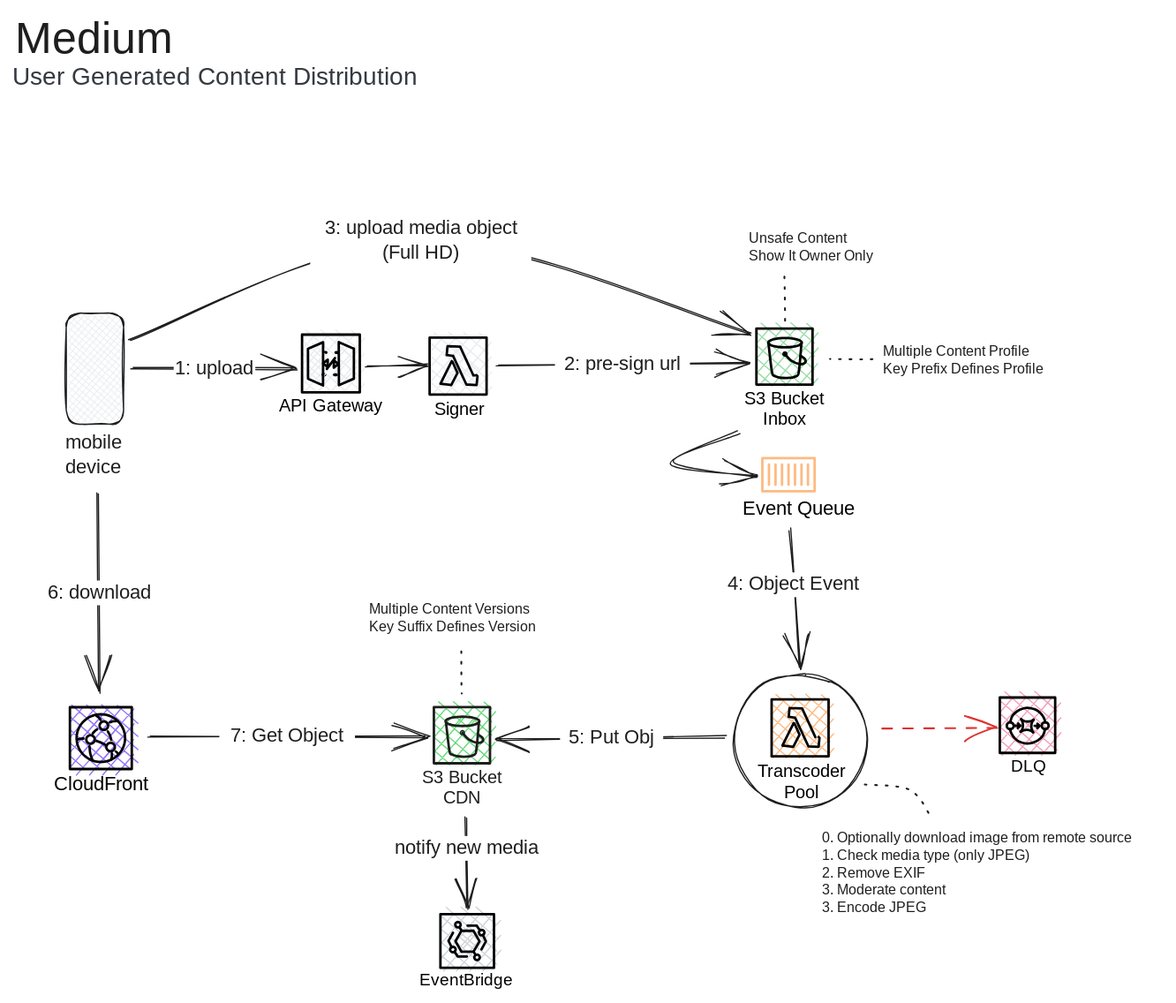
fogfish/medium keeps this Excalidraw diagram as doc/solution.excalidraw.svg. Above is the earlier version. Source tidied: one line per element, renumbered; positions are measured from the earlier drawing's top-left corner, leaving out a move shared by most shapes.
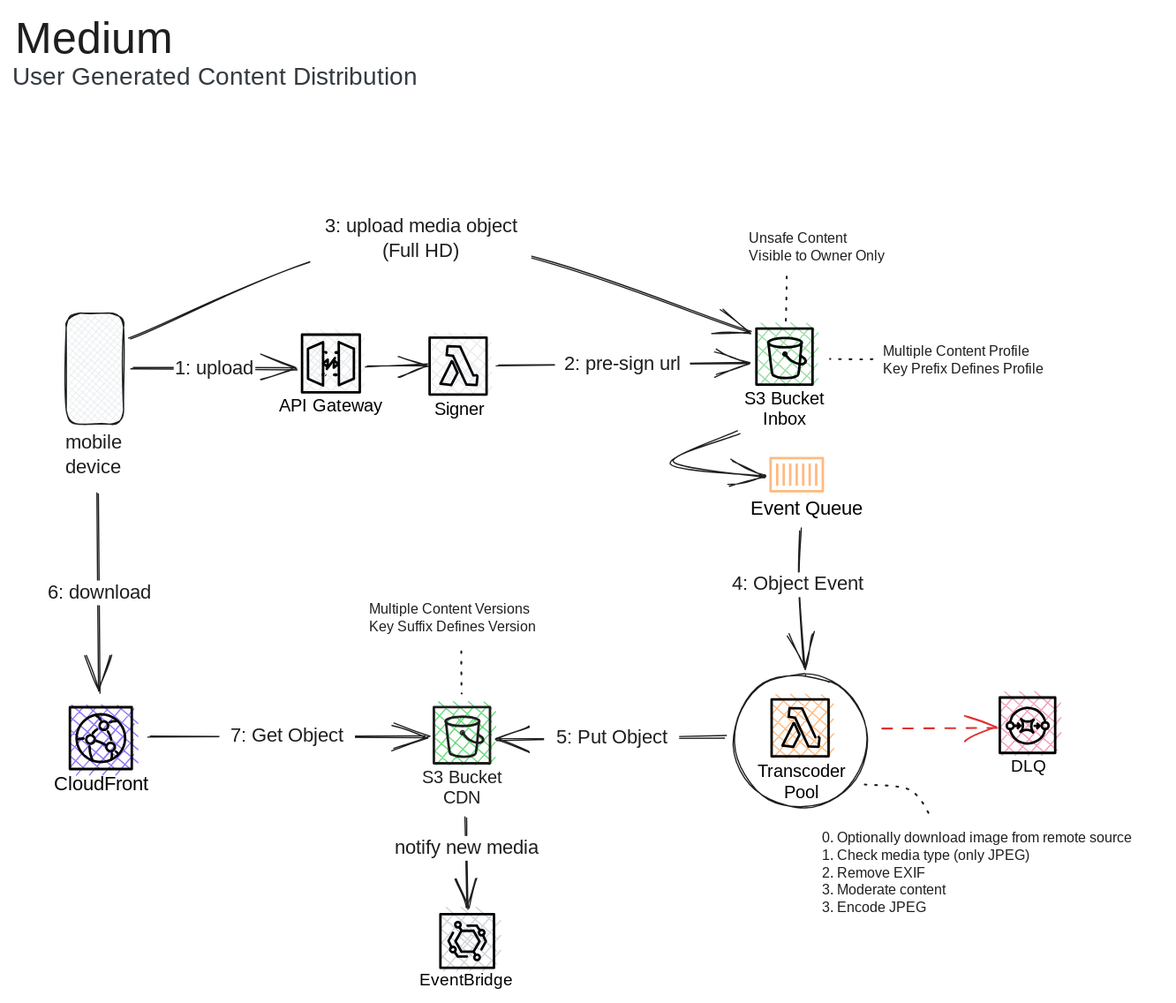
Later version of the same file.

Diff of the diagram source:
```diff
@@ -23,18 +23,18 @@
 {"id": 22, "type": "text", "text": "mobile\ndevice", "strokeColor": "#1e1e1e", "backgroundColor": "#e9ecef", "fillStyle": "cross-hatch", "strokeWidth": 1, "roughness": 1, "fontSize": 16, "fontFamily": 1, "x": 43, "y": 338, "width": 47, "height": 40}
 {"id": 23, "type": "arrow", "strokeColor": "#1e1e1e", "backgroundColor": "#e9ecef", "fillStyle": "cross-hatch", "strokeWidth": 1, "roughness": 1, "endArrowhead": "arrow", "round": true, "from": 21, "to": 4, "x": 96, "y": 288, "width": 135, "height": 105, "points": [[0, 0], [135, 0]]}
 {"id": 24, "type": "text", "text": "1: upload", "strokeColor": "#1e1e1e", "backgroundColor": "#e9ecef", "fillStyle": "cross-hatch", "strokeWidth": 1, "roughness": 1, "fontSize": 16, "fontFamily": 1, "textAlign": "center", "verticalAlign": "middle", "inside": 23, "x": 130, "y": 279, "width": 66, "height": 20}
-{"id": 25, "type": "arrow", "strokeColor": "#1e1e1e", "backgroundColor": "#e9ecef", "fillStyle": "cross-hatch", "strokeWidth": 1, "roughness": 1, "endArrowhead": "arrow", "round": true, "from": 21, "to": 14, "x": 96, "y": 265, "width": 502, "height": 130, "points": [[0, 0], [235, -80], [502, -5]]}
+{"id": 25, "type": "arrow", "strokeColor": "#1e1e1e", "backgroundColor": "#e9ecef", "fillStyle": "cross-hatch", "strokeWidth": 1, "roughness": 1, "endArrowhead": "arrow", "round": true, "from": 21, "to": 14, "x": 96, "y": 263, "width": 502, "height": 80, "points": [[0, 0], [235, -80], [502, -5]]}
-{"id": 26, "type": "text", "text": "3: upload media object\n(Full HD)", "strokeColor": "#1e1e1e", "backgroundColor": "#e9ecef", "fillStyle": "cross-hatch", "strokeWidth": 1, "roughness": 1, "fontSize": 16, "fontFamily": 1, "textAlign": "center", "verticalAlign": "middle", "inside": 25, "x": 241, "y": 165, "width": 179, "height": 40}
+{"id": 26, "type": "text", "text": "3: upload media object\n(Full HD)", "strokeColor": "#1e1e1e", "backgroundColor": "#e9ecef", "fillStyle": "cross-hatch", "strokeWidth": 1, "roughness": 1, "fontSize": 16, "fontFamily": 1, "textAlign": "center", "verticalAlign": "middle", "inside": 25, "x": 241, "y": 164, "width": 179, "height": 40}
-{"id": 27, "type": "arrow", "strokeColor": "#1e1e1e", "backgroundColor": "#e9ecef", "fillStyle": "cross-hatch", "strokeWidth": 1, "roughness": 1, "endArrowhead": "arrow", "round": true, "from": 18, "to": 28, "x": 587, "y": 339, "width": 69, "height": 36, "points": [[0, 0], [-54, 26], [15, 36]]}
+{"id": 27, "type": "arrow", "strokeColor": "#1e1e1e", "backgroundColor": "#e9ecef", "fillStyle": "cross-hatch", "strokeWidth": 1, "roughness": 1, "endArrowhead": "arrow", "round": true, "from": 18, "to": 28, "x": 587, "y": 339, "width": 76, "height": 36, "points": [[0, 0], [-54, 26], [22, 36]]}
-{"id": 28, "type": "rectangle", "strokeColor": "#fd7e1488", "strokeWidth": 2, "roughness": 0, "x": 607, "y": 361, "width": 42, "height": 27}
+{"id": 28, "type": "rectangle", "strokeColor": "#fd7e1488", "strokeWidth": 2, "roughness": 0, "x": 613, "y": 361, "width": 42, "height": 27}
-{"id": 29, "type": "line", "strokeColor": "#fd7e1488", "strokeWidth": 2, "roughness": 0, "x": 612, "y": 366, "width": 0, "height": 16, "points": [[0, 0], [0, 16]]}
+{"id": 29, "type": "line", "strokeColor": "#fd7e1488", "strokeWidth": 2, "roughness": 0, "x": 619, "y": 366, "width": 0, "height": 16, "points": [[0, 0], [0, 16]]}
-{"id": 30, "type": "line", "strokeColor": "#fd7e1488", "strokeWidth": 2, "roughness": 0, "x": 617, "y": 366, "width": 0, "height": 16, "points": [[0, 0], [0, 16]]}
+{"id": 30, "type": "line", "strokeColor": "#fd7e1488", "strokeWidth": 2, "roughness": 0, "x": 624, "y": 366, "width": 0, "height": 16, "points": [[0, 0], [0, 16]]}
-{"id": 31, "type": "line", "strokeColor": "#fd7e1488", "strokeWidth": 2, "roughness": 0, "x": 623, "y": 366, "width": 0, "height": 16, "points": [[0, 0], [0, 16]]}
+{"id": 31, "type": "line", "strokeColor": "#fd7e1488", "strokeWidth": 2, "roughness": 0, "x": 629, "y": 366, "width": 0, "height": 16, "points": [[0, 0], [0, 16]]}
-{"id": 32, "type": "line", "strokeColor": "#fd7e1488", "strokeWidth": 2, "roughness": 0, "x": 628, "y": 366, "width": 0, "height": 16, "points": [[0, 0], [0, 16]]}
+{"id": 32, "type": "line", "strokeColor": "#fd7e1488", "strokeWidth": 2, "roughness": 0, "x": 634, "y": 366, "width": 0, "height": 16, "points": [[0, 0], [0, 16]]}
-{"id": 33, "type": "line", "strokeColor": "#fd7e1488", "strokeWidth": 2, "roughness": 0, "x": 633, "y": 366, "width": 0, "height": 16, "points": [[0, 0], [0, 16]]}
+{"id": 33, "type": "line", "strokeColor": "#fd7e1488", "strokeWidth": 2, "roughness": 0, "x": 640, "y": 366, "width": 0, "height": 16, "points": [[0, 0], [0, 16]]}
-{"id": 34, "type": "line", "strokeColor": "#fd7e1488", "strokeWidth": 2, "roughness": 0, "x": 638, "y": 366, "width": 0, "height": 16, "points": [[0, 0], [0, 16]]}
+{"id": 34, "type": "line", "strokeColor": "#fd7e1488", "strokeWidth": 2, "roughness": 0, "x": 645, "y": 366, "width": 0, "height": 16, "points": [[0, 0], [0, 16]]}
-{"id": 35, "type": "line", "strokeColor": "#fd7e1488", "strokeWidth": 2, "roughness": 0, "x": 644, "y": 366, "width": 0, "height": 16, "points": [[0, 0], [0, 16]]}
+{"id": 35, "type": "line", "strokeColor": "#fd7e1488", "strokeWidth": 2, "roughness": 0, "x": 650, "y": 366, "width": 0, "height": 16, "points": [[0, 0], [0, 16]]}
-{"id": 36, "type": "text", "text": "Event Queue", "strokeColor": "#000000", "strokeWidth": 1, "roughness": 1, "fontSize": 16, "fontFamily": 1, "x": 590, "y": 392, "width": 99, "height": 19}
+{"id": 36, "type": "text", "text": "Event Queue", "strokeColor": "#000000", "strokeWidth": 1, "roughness": 1, "fontSize": 16, "fontFamily": 1, "x": 597, "y": 392, "width": 99, "height": 19}
 {"id": 37, "type": "rectangle", "strokeColor": "#000000", "backgroundColor": "#e6498088", "fillStyle": "cross-hatch", "strokeWidth": 2, "roughness": 0, "x": 799, "y": 554, "width": 45, "height": 45}
 {"id": 38, "type": "ellipse", "strokeColor": "#000000", "strokeWidth": 2, "roughness": 0, "round": true, "x": 804, "y": 574, "width": 6, "height": 6}
 {"id": 39, "type": "ellipse", "strokeColor": "#000000", "strokeWidth": 2, "roughness": 0, "round": true, "x": 833, "y": 574, "width": 6, "height": 6}
@@ -71,7 +71,7 @@
 {"id": 70, "type": "text", "text": "CloudFront", "strokeColor": "#000000", "backgroundColor": "#9775fa", "fillStyle": "hachure", "strokeWidth": 1, "roughness": 1, "fontSize": 15.53, "fontFamily": 1, "textAlign": "center", "x": 31, "y": 615, "width": 81, "height": 19}
 {"id": 71, "type": "ellipse", "strokeColor": "#1e1e1e", "strokeWidth": 1, "roughness": 1, "round": true, "x": 584, "y": 535, "width": 107, "height": 108}
 {"id": 72, "type": "arrow", "strokeColor": "#1e1e1e", "strokeWidth": 1, "roughness": 1, "endArrowhead": "arrow", "round": true, "from": 71, "to": 50, "x": 578, "y": 586, "width": 186, "height": 2, "points": [[0, 0], [-186, 2]]}
-{"id": 73, "type": "text", "text": "5: Put Obj", "strokeColor": "#1e1e1e", "strokeWidth": 1, "roughness": 1, "fontSize": 16, "fontFamily": 1, "textAlign": "center", "verticalAlign": "middle", "inside": 72, "x": 443, "y": 577, "width": 83, "height": 20}
+{"id": 73, "type": "text", "text": "5: Put Object", "strokeColor": "#1e1e1e", "strokeWidth": 1, "roughness": 1, "fontSize": 16, "fontFamily": 1, "textAlign": "center", "verticalAlign": "middle", "inside": 72, "x": 430, "y": 577, "width": 109, "height": 20}
 {"id": 74, "type": "arrow", "strokeColor": "#1e1e1e", "strokeWidth": 1, "roughness": 1, "endArrowhead": "arrow", "round": true, "from": 22, "to": 56, "x": 69, "y": 389, "width": 2, "height": 161, "points": [[0, 0], [2, 161]]}
 {"id": 75, "type": "text", "text": "6: download", "strokeColor": "#1e1e1e", "strokeWidth": 1, "roughness": 1, "fontSize": 16, "fontFamily": 1, "textAlign": "center", "verticalAlign": "middle", "inside": 74, "x": 25, "y": 460, "width": 90, "height": 20}
 {"id": 76, "type": "arrow", "strokeColor": "#1e1e1e", "strokeWidth": 1, "roughness": 1, "endArrowhead": "arrow", "round": true, "from": 56, "to": 50, "x": 110, "y": 586, "width": 225, "height": 1, "points": [[0, 0], [225, -1]]}
@@ -83,10 +83,10 @@
 {"id": 82, "type": "arrow", "strokeColor": "#1e1e1e", "strokeWidth": 1, "roughness": 1, "endArrowhead": "arrow", "round": true, "from": 4, "to": 78, "x": 287, "y": 286, "width": 49, "height": 2, "points": [[0, 0], [49, -2]]}
 {"id": 83, "type": "text", "text": "0. Optionally download image from remote source \n1. Check media type (only JPEG)\n2. Remove EXIF\n3. Moderate content\n3. Encode JPEG", "strokeColor": "#1e1e1e", "backgroundColor": "#ffffff", "fillStyle": "hachure", "strokeWidth": 1, "strokeStyle": "dotted", "roughness": 1, "fontSize": 11.29, "fontFamily": 1, "x": 655, "y": 662, "width": 276, "height": 71}
 {"id": 84, "type": "arrow", "strokeColor": "#1e1e1e", "backgroundColor": "#e9ecef", "fillStyle": "hachure", "strokeWidth": 1, "strokeStyle": "dotted", "roughness": 1, "round": true, "from": 71, "to": 83, "x": 690, "y": 624, "width": 52, "height": 28, "points": [[0, 0], [36, 5], [52, 28]]}
-{"id": 85, "type": "arrow", "strokeColor": "#1e1e1e", "backgroundColor": "#e9ecef", "fillStyle": "cross-hatch", "strokeWidth": 1, "roughness": 1, "endArrowhead": "arrow", "round": true, "from": 36, "to": 71, "x": 629, "y": 418, "width": 9, "height": 113, "points": [[0, 0], [2, 45], [9, 113]]}
+{"id": 85, "type": "arrow", "strokeColor": "#1e1e1e", "backgroundColor": "#e9ecef", "fillStyle": "cross-hatch", "strokeWidth": 1, "roughness": 1, "endArrowhead": "arrow", "round": true, "from": 36, "to": 71, "x": 638, "y": 418, "width": 6, "height": 113, "points": [[0, 0], [-3, 45], [4, 113]]}
-{"id": 86, "type": "text", "text": "4: Object Event", "strokeColor": "#1e1e1e", "backgroundColor": "#e9ecef", "fillStyle": "cross-hatch", "strokeWidth": 1, "roughness": 1, "fontSize": 16, "fontFamily": 1, "textAlign": "center", "verticalAlign": "middle", "inside": 85, "x": 570, "y": 501, "width": 125, "height": 20}
+{"id": 86, "type": "text", "text": "4: Object Event", "strokeColor": "#1e1e1e", "backgroundColor": "#e9ecef", "fillStyle": "cross-hatch", "strokeWidth": 1, "roughness": 1, "fontSize": 16, "fontFamily": 1, "textAlign": "center", "verticalAlign": "middle", "inside": 85, "x": 574, "y": 501, "width": 125, "height": 20}
-{"id": 87, "type": "text", "text": "Unsafe Content\nShow It Owner Only", "strokeColor": "#1e1e1e", "backgroundColor": "#ffffff", "fillStyle": "hachure", "strokeWidth": 1, "strokeStyle": "dotted", "roughness": 1, "fontSize": 11.29, "fontFamily": 1, "x": 596, "y": 176, "width": 108, "height": 28}
+{"id": 87, "type": "text", "text": "Unsafe Content\nVisible to Owner Only", "strokeColor": "#1e1e1e", "backgroundColor": "#ffffff", "fillStyle": "hachure", "strokeWidth": 1, "strokeStyle": "dotted", "roughness": 1, "fontSize": 11.29, "fontFamily": 1, "x": 596, "y": 176, "width": 114, "height": 28}
-{"id": 88, "type": "arrow", "strokeColor": "#1e1e1e", "backgroundColor": "#e9ecef", "fillStyle": "hachure", "strokeWidth": 1, "strokeStyle": "dotted", "roughness": 1, "round": true, "from": 87, "to": 14, "x": 624, "y": 213, "width": 0, "height": 40, "points": [[0, 0], [0, 40]]}
+{"id": 88, "type": "arrow", "strokeColor": "#1e1e1e", "backgroundColor": "#e9ecef", "fillStyle": "hachure", "strokeWidth": 1, "strokeStyle": "dotted", "roughness": 1, "round": true, "from": 87, "to": 14, "x": 626, "y": 213, "width": 1, "height": 40, "points": [[0, 0], [-1, 40]]}
 {"id": 89, "type": "rectangle", "strokeColor": "#000000", "backgroundColor": "#ced4da", "fillStyle": "cross-hatch", "strokeWidth": 2, "roughness": 0, "x": 346, "y": 730, "width": 43, "height": 43}
 {"id": 90, "type": "line", "strokeColor": "#000000", "backgroundColor": "#ced4da", "fillStyle": "cross-hatch", "strokeWidth": 2, "roughness": 0, "x": 358, "y": 751, "width": 19, "height": 17, "points": [[0, 0], [5, -8], [15, -8], [19, 0], [15, 8], [5, 9], [0, 0]]}
 {"id": 91, "type": "ellipse", "strokeColor": "#000000", "backgroundColor": "#ced4da", "fillStyle": "cross-hatch", "strokeWidth": 2, "roughness": 0, "x": 358, "y": 736, "width": 4, "height": 4}
```
